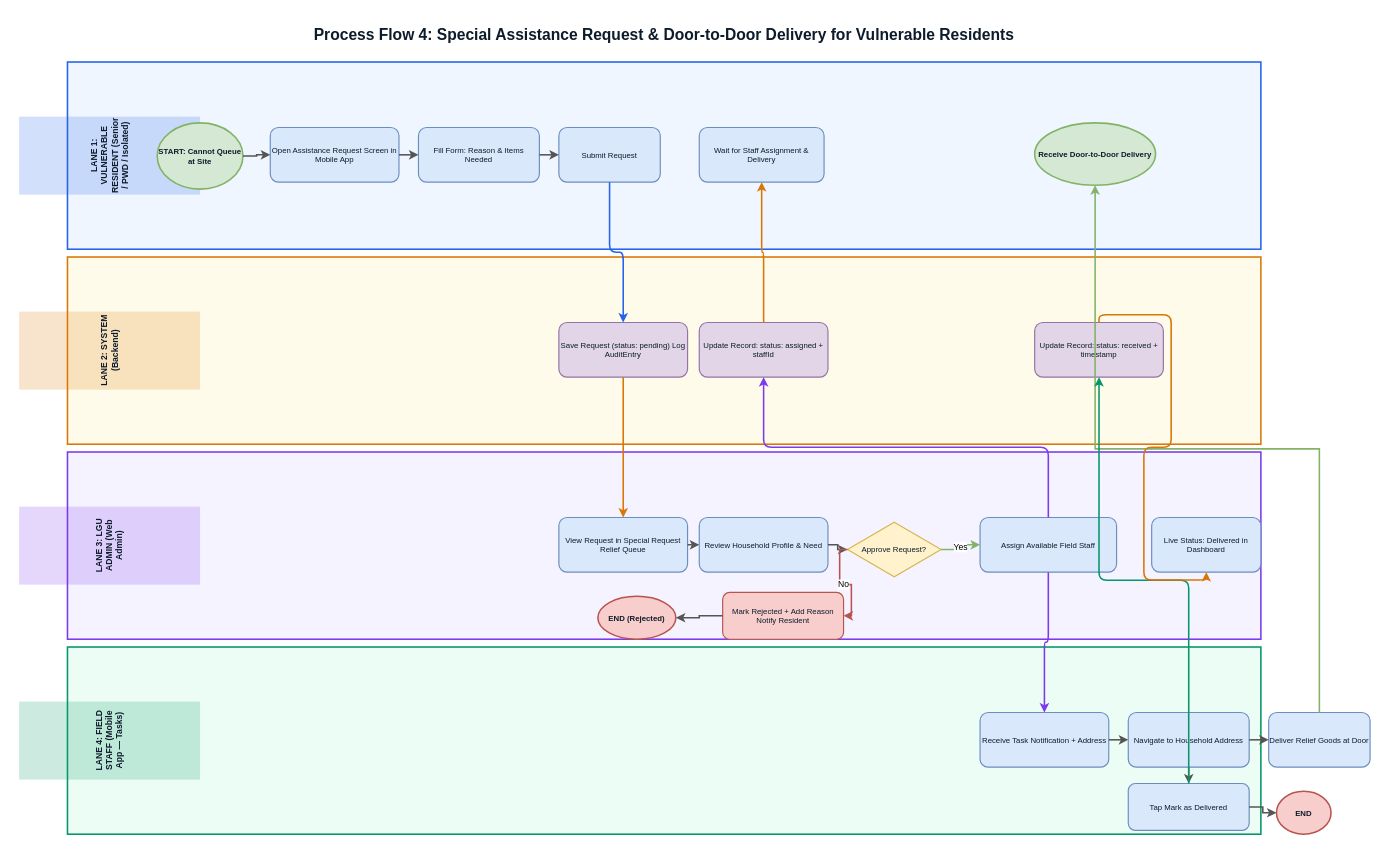
Earlier version of the draw.io diagram MitigatePlus_Capstone_Diagrams/04d_ProcessFlow_Special_Assistance.drawio (ellicaonggoco/Post-MitigatePlus). Source tidied: cells renumbered, new cells numbered last; positions are measured from the earlier drawing's top-left corner, leaving out a move shared by most shapes. Both pictures are drawn from the tidied source at 78%, with x=0, y=0 at pixel (67, 15).
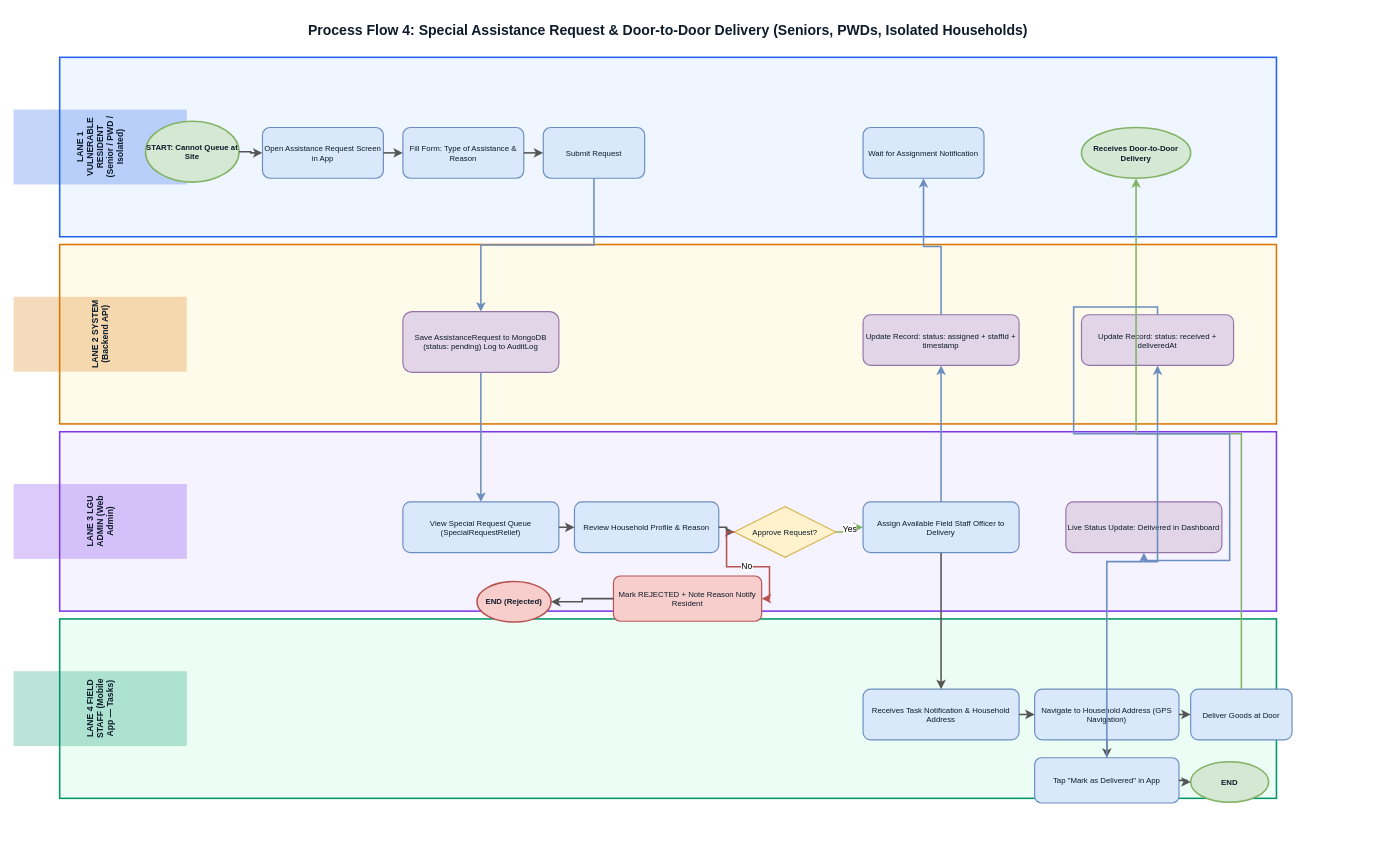
The same diagram, later.

Diff of the diagram source:
```diff
@@
-    <mxCell id="2" value="Process Flow 4: Special Assistance Request &amp; Door-to-Door Delivery for Vulnerable Residents" style="text;html=0;strokeColor=none;fillColor=none;align=center;verticalAlign=middle;whiteSpace=wrap;fontSize=20;fontStyle=1;fontColor=#0D1B2A;" parent="1" vertex="1">
-      <mxGeometry width="1530" height="48" as="geometry" />
+    <mxCell id="2" value="Process Flow 4: Special Assistance Request &amp; Door-to-Door Delivery (Seniors, PWDs, Isolated Households)" style="text;html=0;strokeColor=none;fillColor=none;align=center;verticalAlign=middle;whiteSpace=wrap;fontSize=18;fontStyle=1;fontColor=#0D1B2A;" parent="1" vertex="1">
+      <mxGeometry x="-10" y="-2" width="1560" height="44" as="geometry" />
     </mxCell>
-    <mxCell id="3" style="rounded=0;whiteSpace=wrap;html=0;fillColor=#EFF6FF;strokeColor=#2563EB;strokeWidth=2;" parent="1" vertex="1">
-      <mxGeometry y="60" width="1530" height="240" as="geometry" />
+    <mxCell id="3" style="rounded=0;html=0;fillColor=#EFF6FF;strokeColor=#2563EB;strokeWidth=2;" parent="1" vertex="1">
+      <mxGeometry x="-10" y="54" width="1560" height="230" as="geometry" />
     </mxCell>
-    <mxCell id="4" value="LANE 1: VULNERABLE RESIDENT (Senior / PWD / Isolated)" style="text;html=0;strokeColor=none;fillColor=#2563EB33;align=center;verticalAlign=middle;whiteSpace=wrap;fontSize=11;fontStyle=1;fontColor=#0D1B2A;rotation=-90;" parent="1" vertex="1">
-      <mxGeometry x="4" y="64" width="100" height="232" as="geometry" />
-    </mxCell>
+    <mxCell id="52" value="LANE 1 VULNERABLE RESIDENT (Senior / PWD / Isolated)" style="text;html=0;strokeColor=none;fillColor=#2563EB44;align=center;verticalAlign=middle;whiteSpace=wrap;fontSize=11;fontStyle=1;fontColor=#0D1B2A;rotation=-90;" parent="1" vertex="1">
+      <mxGeometry x="-6" y="58" width="96" height="222" as="geometry" />
+    </mxCell>
-    <mxCell id="5" style="rounded=0;whiteSpace=wrap;html=0;fillColor=#FFFBEB;strokeColor=#D97706;strokeWidth=2;" parent="1" vertex="1">
-      <mxGeometry y="310" width="1530" height="240" as="geometry" />
+    <mxCell id="5" style="rounded=0;html=0;fillColor=#FFFBEB;strokeColor=#D97706;strokeWidth=2;" parent="1" vertex="1">
+      <mxGeometry x="-10" y="294" width="1560" height="230" as="geometry" />
     </mxCell>
-    <mxCell id="6" value="LANE 2: SYSTEM (Backend)" style="text;html=0;strokeColor=none;fillColor=#D9770633;align=center;verticalAlign=middle;whiteSpace=wrap;fontSize=11;fontStyle=1;fontColor=#0D1B2A;rotation=-90;" parent="1" vertex="1">
-      <mxGeometry x="4" y="314" width="100" height="232" as="geometry" />
-    </mxCell>
+    <mxCell id="53" value="LANE 2 SYSTEM (Backend API)" style="text;html=0;strokeColor=none;fillColor=#D9770644;align=center;verticalAlign=middle;whiteSpace=wrap;fontSize=11;fontStyle=1;fontColor=#0D1B2A;rotation=-90;" parent="1" vertex="1">
+      <mxGeometry x="-6" y="298" width="96" height="222" as="geometry" />
+    </mxCell>
-    <mxCell id="7" style="rounded=0;whiteSpace=wrap;html=0;fillColor=#F5F3FF;strokeColor=#7C3AED;strokeWidth=2;" parent="1" vertex="1">
-      <mxGeometry y="560" width="1530" height="240" as="geometry" />
+    <mxCell id="7" style="rounded=0;html=0;fillColor=#F5F3FF;strokeColor=#7C3AED;strokeWidth=2;" parent="1" vertex="1">
+      <mxGeometry x="-10" y="534" width="1560" height="230" as="geometry" />
     </mxCell>
-    <mxCell id="8" value="LANE 3: LGU ADMIN (Web Admin)" style="text;html=0;strokeColor=none;fillColor=#7C3AED33;align=center;verticalAlign=middle;whiteSpace=wrap;fontSize=11;fontStyle=1;fontColor=#0D1B2A;rotation=-90;" parent="1" vertex="1">
-      <mxGeometry x="4" y="564" width="100" height="232" as="geometry" />
-    </mxCell>
+    <mxCell id="54" value="LANE 3 LGU ADMIN (Web Admin)" style="text;html=0;strokeColor=none;fillColor=#7C3AED44;align=center;verticalAlign=middle;whiteSpace=wrap;fontSize=11;fontStyle=1;fontColor=#0D1B2A;rotation=-90;" parent="1" vertex="1">
+      <mxGeometry x="-6" y="538" width="96" height="222" as="geometry" />
+    </mxCell>
-    <mxCell id="9" style="rounded=0;whiteSpace=wrap;html=0;fillColor=#ECFDF5;strokeColor=#059669;strokeWidth=2;" parent="1" vertex="1">
-      <mxGeometry y="810" width="1530" height="240" as="geometry" />
+    <mxCell id="9" style="rounded=0;html=0;fillColor=#ECFDF5;strokeColor=#059669;strokeWidth=2;" parent="1" vertex="1">
+      <mxGeometry x="-10" y="774" width="1560" height="230" as="geometry" />
     </mxCell>
-    <mxCell id="10" value="LANE 4: FIELD STAFF (Mobile App — Tasks)" style="text;html=0;strokeColor=none;fillColor=#05966933;align=center;verticalAlign=middle;whiteSpace=wrap;fontSize=11;fontStyle=1;fontColor=#0D1B2A;rotation=-90;" parent="1" vertex="1">
-      <mxGeometry x="4" y="814" width="100" height="232" as="geometry" />
-    </mxCell>
+    <mxCell id="55" value="LANE 4 FIELD STAFF (Mobile App — Tasks)" style="text;html=0;strokeColor=none;fillColor=#05966944;align=center;verticalAlign=middle;whiteSpace=wrap;fontSize=11;fontStyle=1;fontColor=#0D1B2A;rotation=-90;" parent="1" vertex="1">
+      <mxGeometry x="-6" y="778" width="96" height="222" as="geometry" />
+    </mxCell>
     <mxCell id="11" value="START: Cannot Queue at Site" style="ellipse;whiteSpace=wrap;html=0;fillColor=#d5e8d4;strokeColor=#82b366;strokeWidth=2;fontSize=10;fontStyle=1;fontColor=#0D1B2A;" parent="1" vertex="1">
-      <mxGeometry x="115" y="138" width="110" height="85" as="geometry" />
+      <mxGeometry x="100" y="136" width="120" height="78" as="geometry" />
     </mxCell>
-    <mxCell id="12" value="Open Assistance Request Screen in Mobile App" style="rounded=1;whiteSpace=wrap;html=0;fillColor=#dae8fc;strokeColor=#6c8ebf;strokeWidth=1.5;fontSize=10;fontColor=#0D1B2A;" parent="1" vertex="1">
-      <mxGeometry x="260" y="144" width="165" height="70" as="geometry" />
+    <mxCell id="12" value="Open Assistance Request Screen in App" style="rounded=1;whiteSpace=wrap;html=0;fillColor=#dae8fc;strokeColor=#6c8ebf;strokeWidth=1.5;fontSize=10;fontColor=#0D1B2A;" parent="1" vertex="1">
+      <mxGeometry x="250" y="144" width="155" height="65" as="geometry" />
     </mxCell>
-    <mxCell id="13" value="Fill Form: Reason &amp; Items Needed" style="rounded=1;whiteSpace=wrap;html=0;fillColor=#dae8fc;strokeColor=#6c8ebf;strokeWidth=1.5;fontSize=10;fontColor=#0D1B2A;" parent="1" vertex="1">
-      <mxGeometry x="450" y="144" width="155" height="70" as="geometry" />
+    <mxCell id="13" value="Fill Form: Type of Assistance &amp; Reason" style="rounded=1;whiteSpace=wrap;html=0;fillColor=#dae8fc;strokeColor=#6c8ebf;strokeWidth=1.5;fontSize=10;fontColor=#0D1B2A;" parent="1" vertex="1">
+      <mxGeometry x="430" y="144" width="155" height="65" as="geometry" />
     </mxCell>
     <mxCell id="14" value="Submit Request" style="rounded=1;whiteSpace=wrap;html=0;fillColor=#dae8fc;strokeColor=#6c8ebf;strokeWidth=1.5;fontSize=10;fontColor=#0D1B2A;" parent="1" vertex="1">
-      <mxGeometry x="630" y="144" width="130" height="70" as="geometry" />
+      <mxGeometry x="610" y="144" width="130" height="65" as="geometry" />
     </mxCell>
-    <mxCell id="15" value="Wait for Staff Assignment &amp; Delivery" style="rounded=1;whiteSpace=wrap;html=0;fillColor=#dae8fc;strokeColor=#6c8ebf;strokeWidth=1.5;fontSize=10;fontColor=#0D1B2A;" parent="1" vertex="1">
-      <mxGeometry x="810" y="144" width="160" height="70" as="geometry" />
+    <mxCell id="15" value="Wait for Assignment Notification" style="rounded=1;whiteSpace=wrap;html=0;fillColor=#dae8fc;strokeColor=#6c8ebf;strokeWidth=1.5;fontSize=10;fontColor=#0D1B2A;" parent="1" vertex="1">
+      <mxGeometry x="1020" y="144" width="155" height="65" as="geometry" />
     </mxCell>
-    <mxCell id="16" value="Receive Door-to-Door Delivery" style="ellipse;whiteSpace=wrap;html=0;fillColor=#d5e8d4;strokeColor=#82b366;strokeWidth=2;fontSize=10;fontStyle=1;fontColor=#0D1B2A;" parent="1" vertex="1">
-      <mxGeometry x="1240" y="138" width="155" height="80" as="geometry" />
+    <mxCell id="16" value="Receives Door-to-Door Delivery" style="ellipse;whiteSpace=wrap;html=0;fillColor=#d5e8d4;strokeColor=#82b366;strokeWidth=2;fontSize=10;fontStyle=1;fontColor=#0D1B2A;" parent="1" vertex="1">
+      <mxGeometry x="1300" y="144" width="140" height="65" as="geometry" />
     </mxCell>
-    <mxCell id="17" value="Save Request (status: pending) Log AuditEntry" style="rounded=1;whiteSpace=wrap;html=0;fillColor=#e1d5e7;strokeColor=#9673a6;strokeWidth=1.5;fontSize=10;fontColor=#0D1B2A;" parent="1" vertex="1">
-      <mxGeometry x="630" y="394" width="165" height="70" as="geometry" />
+    <mxCell id="17" value="Save AssistanceRequest to MongoDB (status: pending) Log to AuditLog" style="rounded=1;whiteSpace=wrap;html=0;fillColor=#e1d5e7;strokeColor=#9673a6;strokeWidth=1.5;fontSize=10;fontColor=#0D1B2A;" parent="1" vertex="1">
+      <mxGeometry x="430" y="380" width="200" height="78" as="geometry" />
     </mxCell>
-    <mxCell id="18" value="Update Record: status: assigned + staffId" style="rounded=1;whiteSpace=wrap;html=0;fillColor=#e1d5e7;strokeColor=#9673a6;strokeWidth=1.5;fontSize=10;fontColor=#0D1B2A;" parent="1" vertex="1">
-      <mxGeometry x="810" y="394" width="165" height="70" as="geometry" />
+    <mxCell id="18" value="Update Record: status: assigned + staffId + timestamp" style="rounded=1;whiteSpace=wrap;html=0;fillColor=#e1d5e7;strokeColor=#9673a6;strokeWidth=1.5;fontSize=10;fontColor=#0D1B2A;" parent="1" vertex="1">
+      <mxGeometry x="1020" y="384" width="200" height="65" as="geometry" />
     </mxCell>
-    <mxCell id="19" value="Update Record: status: received + timestamp" style="rounded=1;whiteSpace=wrap;html=0;fillColor=#e1d5e7;strokeColor=#9673a6;strokeWidth=1.5;fontSize=10;fontColor=#0D1B2A;" parent="1" vertex="1">
-      <mxGeometry x="1240" y="394" width="165" height="70" as="geometry" />
+    <mxCell id="19" value="Update Record: status: received + deliveredAt" style="rounded=1;whiteSpace=wrap;html=0;fillColor=#e1d5e7;strokeColor=#9673a6;strokeWidth=1.5;fontSize=10;fontColor=#0D1B2A;" parent="1" vertex="1">
+      <mxGeometry x="1300" y="384" width="195" height="65" as="geometry" />
     </mxCell>
-    <mxCell id="20" value="View Request in Special Request Relief Queue" style="rounded=1;whiteSpace=wrap;html=0;fillColor=#dae8fc;strokeColor=#6c8ebf;strokeWidth=1.5;fontSize=10;fontColor=#0D1B2A;" parent="1" vertex="1">
-      <mxGeometry x="630" y="644" width="165" height="70" as="geometry" />
+    <mxCell id="20" value="View Special Request Queue (SpecialRequestRelief)" style="rounded=1;whiteSpace=wrap;html=0;fillColor=#dae8fc;strokeColor=#6c8ebf;strokeWidth=1.5;fontSize=10;fontColor=#0D1B2A;" parent="1" vertex="1">
+      <mxGeometry x="430" y="624" width="200" height="65" as="geometry" />
     </mxCell>
-    <mxCell id="21" value="Review Household Profile &amp; Need" style="rounded=1;whiteSpace=wrap;html=0;fillColor=#dae8fc;strokeColor=#6c8ebf;strokeWidth=1.5;fontSize=10;fontColor=#0D1B2A;" parent="1" vertex="1">
-      <mxGeometry x="810" y="644" width="165" height="70" as="geometry" />
+    <mxCell id="21" value="Review Household Profile &amp; Reason" style="rounded=1;whiteSpace=wrap;html=0;fillColor=#dae8fc;strokeColor=#6c8ebf;strokeWidth=1.5;fontSize=10;fontColor=#0D1B2A;" parent="1" vertex="1">
+      <mxGeometry x="650" y="624" width="185" height="65" as="geometry" />
     </mxCell>
     <mxCell id="22" value="Approve Request?" style="rhombus;whiteSpace=wrap;html=0;fillColor=#fff2cc;strokeColor=#d6b656;strokeWidth=1.5;fontSize=10;fontColor=#0D1B2A;" parent="1" vertex="1">
-      <mxGeometry x="1000" y="650" width="120" height="70" as="geometry" />
+      <mxGeometry x="855" y="630" width="130" height="65" as="geometry" />
     </mxCell>
-    <mxCell id="23" value="Mark Rejected + Add Reason Notify Resident" style="rounded=1;whiteSpace=wrap;html=0;fillColor=#f8cecc;strokeColor=#b85450;strokeWidth=1.5;fontSize=10;fontColor=#0D1B2A;" parent="1" vertex="1">
-      <mxGeometry x="840" y="740" width="155" height="60" as="geometry" />
+    <mxCell id="23" value="Mark REJECTED + Note Reason Notify Resident" style="rounded=1;whiteSpace=wrap;html=0;fillColor=#f8cecc;strokeColor=#b85450;strokeWidth=1.5;fontSize=10;fontColor=#0D1B2A;" parent="1" vertex="1">
+      <mxGeometry x="700" y="719" width="190" height="58" as="geometry" />
     </mxCell>
     <mxCell id="24" value="END (Rejected)" style="ellipse;whiteSpace=wrap;html=0;fillColor=#f8cecc;strokeColor=#b85450;strokeWidth=2;fontSize=10;fontStyle=1;fontColor=#0D1B2A;" parent="1" vertex="1">
-      <mxGeometry x="680" y="745" width="100" height="55" as="geometry" />
+      <mxGeometry x="525" y="726" width="95" height="52" as="geometry" />
     </mxCell>
-    <mxCell id="25" value="Assign Available Field Staff" style="rounded=1;whiteSpace=wrap;html=0;fillColor=#dae8fc;strokeColor=#6c8ebf;strokeWidth=1.5;fontSize=10;fontColor=#0D1B2A;" parent="1" vertex="1">
-      <mxGeometry x="1170" y="644" width="175" height="70" as="geometry" />
+    <mxCell id="25" value="Assign Available Field Staff Officer to Delivery" style="rounded=1;whiteSpace=wrap;html=0;fillColor=#dae8fc;strokeColor=#6c8ebf;strokeWidth=1.5;fontSize=10;fontColor=#0D1B2A;" parent="1" vertex="1">
+      <mxGeometry x="1020" y="624" width="200" height="65" as="geometry" />
     </mxCell>
-    <mxCell id="26" value="Live Status: Delivered in Dashboard" style="rounded=1;whiteSpace=wrap;html=0;fillColor=#dae8fc;strokeColor=#6c8ebf;strokeWidth=1.5;fontSize=10;fontColor=#0D1B2A;" parent="1" vertex="1">
-      <mxGeometry x="1390" y="644" width="140" height="70" as="geometry" />
+    <mxCell id="26" value="Live Status Update: Delivered in Dashboard" style="rounded=1;whiteSpace=wrap;html=0;fillColor=#e1d5e7;strokeColor=#9673a6;strokeWidth=1.5;fontSize=10;fontColor=#0D1B2A;" parent="1" vertex="1">
+      <mxGeometry x="1280" y="624" width="200" height="65" as="geometry" />
     </mxCell>
-    <mxCell id="27" value="Receive Task Notification + Address" style="rounded=1;whiteSpace=wrap;html=0;fillColor=#dae8fc;strokeColor=#6c8ebf;strokeWidth=1.5;fontSize=10;fontColor=#0D1B2A;" parent="1" vertex="1">
-      <mxGeometry x="1170" y="894" width="165" height="70" as="geometry" />
+    <mxCell id="27" value="Receives Task Notification &amp; Household Address" style="rounded=1;whiteSpace=wrap;html=0;fillColor=#dae8fc;strokeColor=#6c8ebf;strokeWidth=1.5;fontSize=10;fontColor=#0D1B2A;" parent="1" vertex="1">
+      <mxGeometry x="1020" y="864" width="200" height="65" as="geometry" />
     </mxCell>
-    <mxCell id="28" value="Navigate to Household Address" style="rounded=1;whiteSpace=wrap;html=0;fillColor=#dae8fc;strokeColor=#6c8ebf;strokeWidth=1.5;fontSize=10;fontColor=#0D1B2A;" parent="1" vertex="1">
-      <mxGeometry x="1360" y="894" width="155" height="70" as="geometry" />
+    <mxCell id="28" value="Navigate to Household Address (GPS Navigation)" style="rounded=1;whiteSpace=wrap;html=0;fillColor=#dae8fc;strokeColor=#6c8ebf;strokeWidth=1.5;fontSize=10;fontColor=#0D1B2A;" parent="1" vertex="1">
+      <mxGeometry x="1240" y="864" width="185" height="65" as="geometry" />
     </mxCell>
-    <mxCell id="29" value="Deliver Relief Goods at Door" style="rounded=1;whiteSpace=wrap;html=0;fillColor=#dae8fc;strokeColor=#6c8ebf;strokeWidth=1.5;fontSize=10;fontColor=#0D1B2A;" parent="1" vertex="1">
-      <mxGeometry x="1540" y="894" width="130" height="70" as="geometry" />
+    <mxCell id="29" value="Deliver Goods at Door" style="rounded=1;whiteSpace=wrap;html=0;fillColor=#dae8fc;strokeColor=#6c8ebf;strokeWidth=1.5;fontSize=10;fontColor=#0D1B2A;" parent="1" vertex="1">
+      <mxGeometry x="1440" y="864" width="130" height="65" as="geometry" />
     </mxCell>
-    <mxCell id="30" value="Tap Mark as Delivered" style="rounded=1;whiteSpace=wrap;html=0;fillColor=#dae8fc;strokeColor=#6c8ebf;strokeWidth=1.5;fontSize=10;fontColor=#0D1B2A;" parent="1" vertex="1">
-      <mxGeometry x="1360" y="985" width="155" height="60" as="geometry" />
+    <mxCell id="30" value="Tap &quot;Mark as Delivered&quot; in App" style="rounded=1;whiteSpace=wrap;html=0;fillColor=#dae8fc;strokeColor=#6c8ebf;strokeWidth=1.5;fontSize=10;fontColor=#0D1B2A;" parent="1" vertex="1">
+      <mxGeometry x="1240" y="952" width="185" height="58" as="geometry" />
     </mxCell>
-    <mxCell id="31" value="END" style="ellipse;whiteSpace=wrap;html=0;fillColor=#f8cecc;strokeColor=#b85450;strokeWidth=2;fontSize=10;fontStyle=1;fontColor=#0D1B2A;" parent="1" vertex="1">
-      <mxGeometry x="1550" y="995" width="70" height="55" as="geometry" />
+    <mxCell id="31" value="END" style="ellipse;whiteSpace=wrap;html=0;fillColor=#d5e8d4;strokeColor=#82b366;strokeWidth=2;fontSize=10;fontStyle=1;fontColor=#0D1B2A;" parent="1" vertex="1">
+      <mxGeometry x="1440" y="957" width="100" height="52" as="geometry" />
     </mxCell>
@@
-    <mxCell id="35" style="edgeStyle=orthogonalEdgeStyle;html=1;strokeWidth=2;strokeColor=#2563EB;exitX=0.5;exitY=1;entryX=0.5;entryY=0;" parent="1" edge="1" source="14" target="17">
+    <mxCell id="35" style="edgeStyle=orthogonalEdgeStyle;rounded=0;html=1;strokeWidth=2;strokeColor=#6c8ebf;exitX=0.5;exitY=1;entryX=0.5;entryY=0;" parent="1" edge="1" source="14" target="17">
       <mxGeometry relative="1" as="geometry" />
     </mxCell>
-    <mxCell id="36" style="edgeStyle=orthogonalEdgeStyle;html=1;strokeWidth=2;strokeColor=#D97706;exitX=0.5;exitY=1;entryX=0.5;entryY=0;" parent="1" edge="1" source="17" target="20">
+    <mxCell id="36" style="edgeStyle=orthogonalEdgeStyle;rounded=0;html=1;strokeWidth=2;strokeColor=#6c8ebf;exitX=0.5;exitY=1;entryX=0.5;entryY=0;" parent="1" edge="1" source="17" target="20">
       <mxGeometry relative="1" as="geometry" />
     </mxCell>
@@
-    <mxCell id="42" style="edgeStyle=orthogonalEdgeStyle;html=1;strokeWidth=2;strokeColor=#7C3AED;exitX=0.5;exitY=0;entryX=0.5;entryY=1;" parent="1" edge="1" source="25" target="18">
+    <mxCell id="42" style="edgeStyle=orthogonalEdgeStyle;rounded=0;html=1;strokeWidth=2;strokeColor=#6c8ebf;exitX=0.5;exitY=0;entryX=0.5;entryY=1;" parent="1" edge="1" source="25" target="18">
       <mxGeometry relative="1" as="geometry" />
     </mxCell>
-    <mxCell id="43" style="edgeStyle=orthogonalEdgeStyle;html=1;strokeWidth=2;strokeColor=#D97706;exitX=0.5;exitY=0;entryX=0.5;entryY=1;" parent="1" edge="1" source="18" target="15">
+    <mxCell id="43" style="edgeStyle=orthogonalEdgeStyle;rounded=0;html=1;strokeWidth=2;strokeColor=#6c8ebf;exitX=0.5;exitY=0;entryX=0.5;entryY=1;" parent="1" edge="1" source="18" target="15">
       <mxGeometry relative="1" as="geometry" />
     </mxCell>
-    <mxCell id="44" style="edgeStyle=orthogonalEdgeStyle;html=1;strokeWidth=2;strokeColor=#7C3AED;exitX=0.5;exitY=1;entryX=0.5;entryY=0;" parent="1" edge="1" source="25" target="27">
+    <mxCell id="44" style="edgeStyle=orthogonalEdgeStyle;rounded=0;html=1;strokeWidth=2;strokeColor=#555555;exitX=0.5;exitY=1;entryX=0.5;entryY=0;" parent="1" edge="1" source="25" target="27">
       <mxGeometry relative="1" as="geometry" />
     </mxCell>
@@
-    <mxCell id="50" style="edgeStyle=orthogonalEdgeStyle;html=1;strokeWidth=2;strokeColor=#059669;exitX=0.5;exitY=0;entryX=0.5;entryY=1;" parent="1" edge="1" source="30" target="19">
+    <mxCell id="50" style="edgeStyle=orthogonalEdgeStyle;rounded=0;html=1;strokeWidth=2;strokeColor=#6c8ebf;exitX=0.5;exitY=0;entryX=0.5;entryY=1;" parent="1" edge="1" source="30" target="19">
       <mxGeometry relative="1" as="geometry" />
     </mxCell>
-    <mxCell id="51" style="edgeStyle=orthogonalEdgeStyle;html=1;strokeWidth=2;strokeColor=#D97706;exitX=0.5;exitY=0;entryX=0.5;entryY=1;" parent="1" edge="1" source="19" target="26">
+    <mxCell id="51" style="edgeStyle=orthogonalEdgeStyle;rounded=0;html=1;strokeWidth=2;strokeColor=#6c8ebf;exitX=0.5;exitY=0;entryX=0.5;entryY=1;" parent="1" edge="1" source="19" target="26">
       <mxGeometry relative="1" as="geometry" />
     </mxCell>
```
